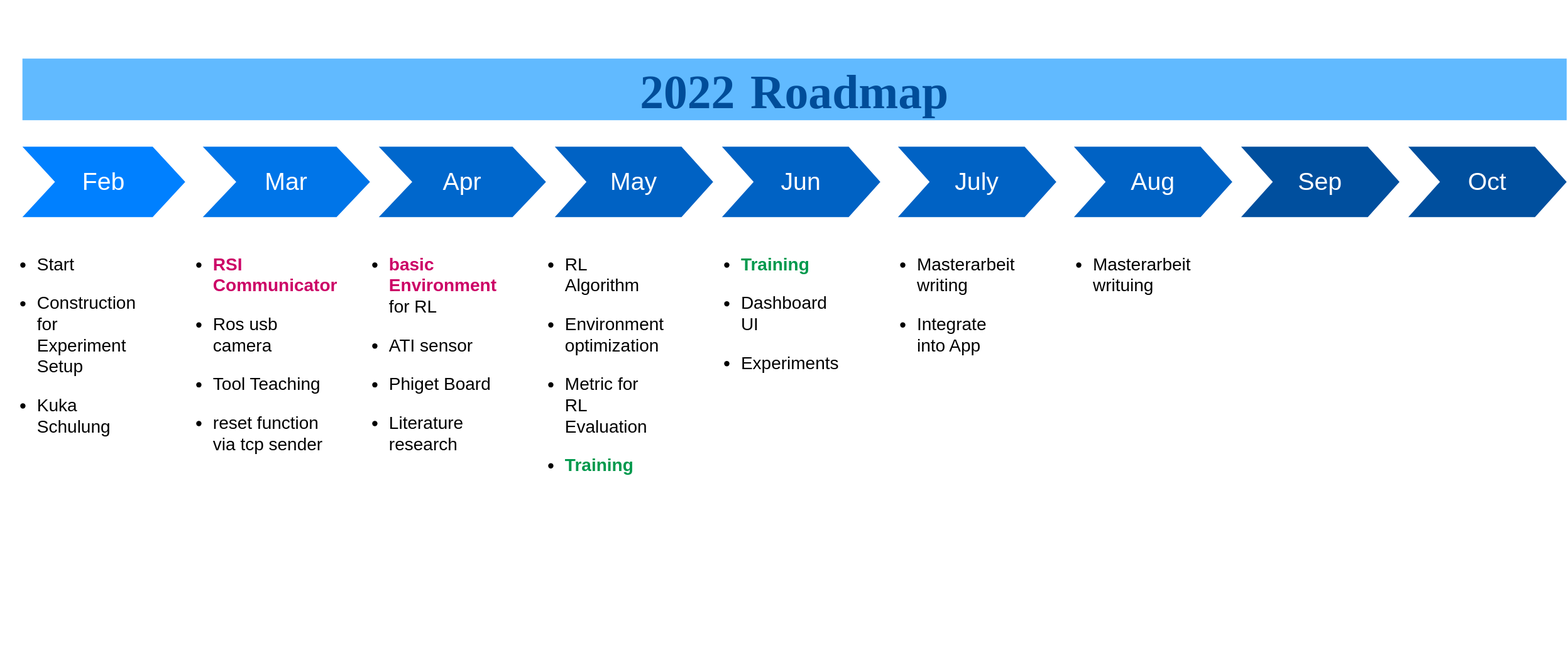
Above: Roadmap.svg in TONiiV/flowcharts (draw.io), before the change. Source tidied: cells renumbered, new cells last; positions are measured from the earlier drawing's top-left corner, leaving out a move shared by most shapes.
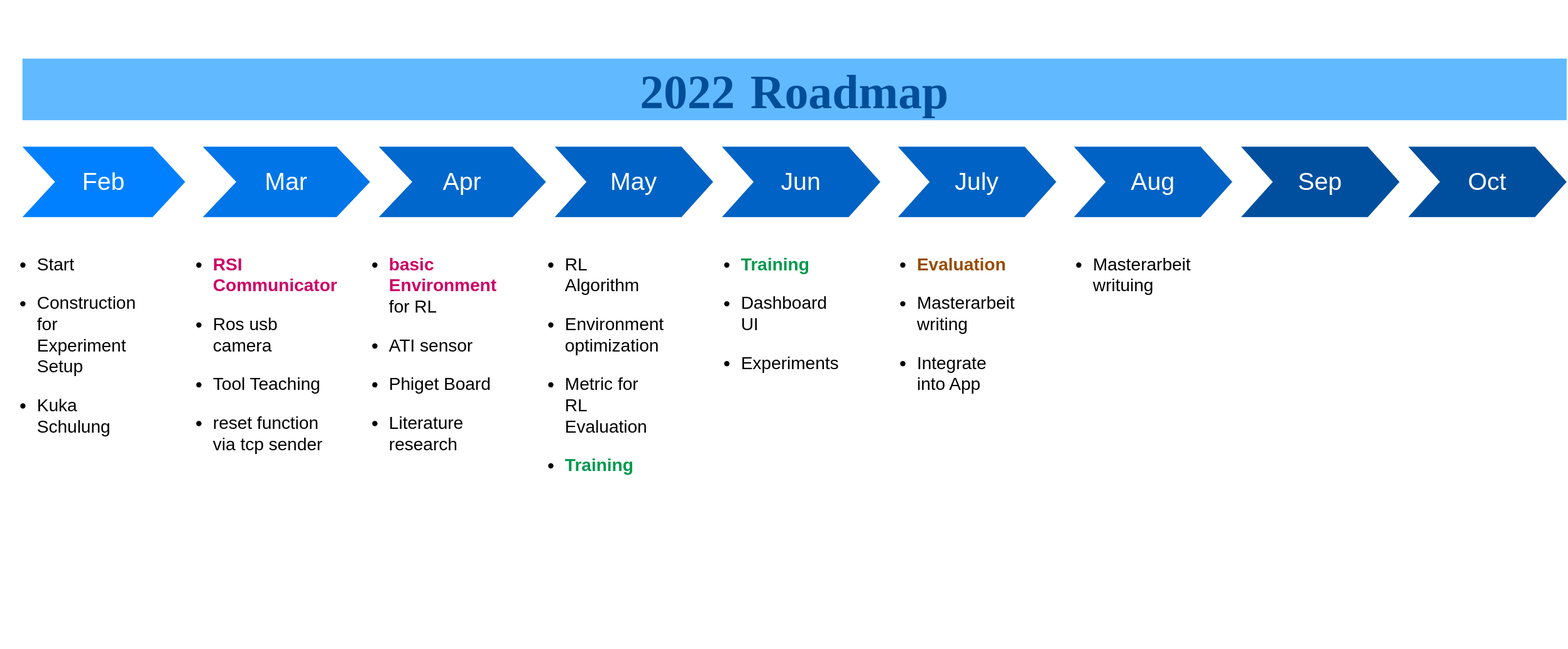
After the change.

Change to the diagram source:
```diff
@@ -35,7 +35,7 @@
     <mxCell id="12" value="&lt;ul style=&quot;font-size: 20px&quot;&gt;&lt;li&gt;Masterarbeit writuing&lt;br&gt;&lt;/li&gt;&lt;/ul&gt;" style="text;spacingTop=-5;fillColor=#ffffff;whiteSpace=wrap;html=1;align=left;fontSize=12;fontFamily=Helvetica;fillColor=none;strokeColor=none;" parent="1" vertex="1">
       <mxGeometry x="1200" y="200" width="140" height="470" as="geometry" />
     </mxCell>
-    <mxCell id="13" value="&lt;ul style=&quot;font-size: 20px&quot;&gt;&lt;li&gt;Masterarbeit writing&lt;/li&gt;&lt;/ul&gt;&lt;ul style=&quot;font-size: 20px&quot;&gt;&lt;li&gt;Integrate into App&lt;br&gt;&lt;/li&gt;&lt;/ul&gt;" style="text;spacingTop=-5;fillColor=#ffffff;whiteSpace=wrap;html=1;align=left;fontSize=12;fontFamily=Helvetica;fillColor=none;strokeColor=none;" parent="1" vertex="1">
+    <mxCell id="13" value="&lt;ul style=&quot;font-size: 20px&quot;&gt;&lt;li&gt;&lt;b&gt;&lt;font color=&quot;#994C00&quot;&gt;Evaluation&lt;/font&gt;&lt;/b&gt;&lt;/li&gt;&lt;/ul&gt;&lt;ul style=&quot;font-size: 20px&quot;&gt;&lt;li&gt;Masterarbeit writing&lt;/li&gt;&lt;/ul&gt;&lt;ul style=&quot;font-size: 20px&quot;&gt;&lt;li&gt;Integrate into App&lt;br&gt;&lt;/li&gt;&lt;/ul&gt;" style="text;spacingTop=-5;fillColor=#ffffff;whiteSpace=wrap;html=1;align=left;fontSize=12;fontFamily=Helvetica;fillColor=none;strokeColor=none;" parent="1" vertex="1">
       <mxGeometry x="1000" y="200" width="140" height="470" as="geometry" />
     </mxCell>
     <mxCell id="14" value="Jun" style="shape=step;whiteSpace=wrap;html=1;fontSize=28;fillColor=#0062C4;fontColor=#FFFFFF;strokeColor=none;" parent="1" vertex="1">
```
